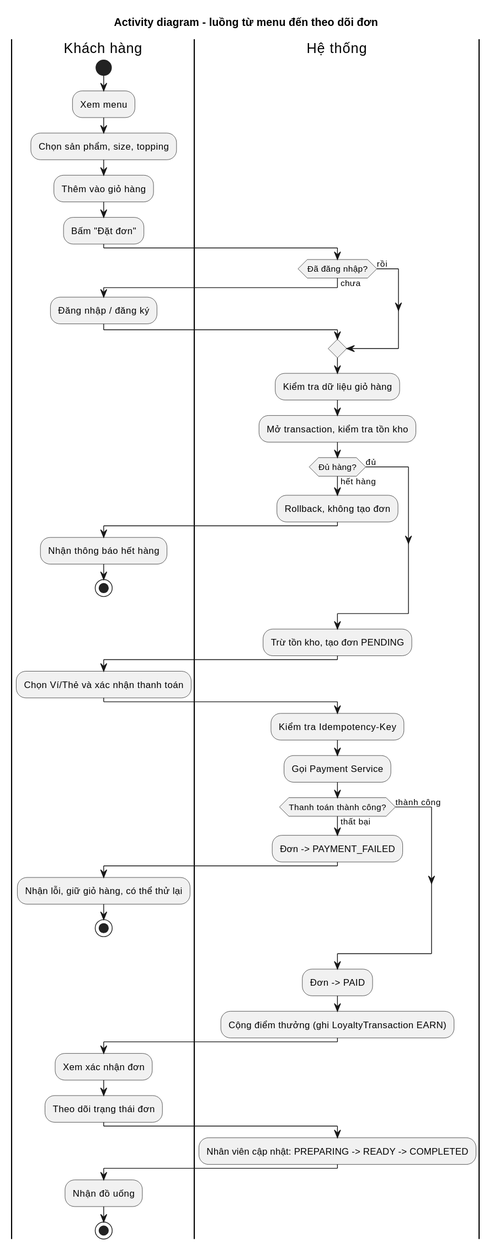
Above: docs/diagrams/activity-order-flow.svg in tthan-prog/BrewLite (PlantUML), before the change. The source it was exported from:
```plantuml
@startuml
title Activity diagram - luồng từ menu đến theo dõi đơn
skinparam shadowing false

|Khách hàng|
start
:Xem menu;
:Chọn sản phẩm, size, topping;
:Thêm vào giỏ hàng;
:Bấm "Đặt đơn";

|Hệ thống|
if (Đã đăng nhập?) then (chưa)
  |Khách hàng|
  :Đăng nhập / đăng ký;
  |Hệ thống|
else (rồi)
endif
:Kiểm tra dữ liệu giỏ hàng;
:Mở transaction, kiểm tra tồn kho;
if (Đủ hàng?) then (hết hàng)
  :Rollback, không tạo đơn;
  |Khách hàng|
  :Nhận thông báo hết hàng;
  stop
else (đủ)
endif
|Hệ thống|
:Trừ tồn kho, tạo đơn PENDING;

|Khách hàng|
:Chọn Ví/Thẻ và xác nhận thanh toán;

|Hệ thống|
:Kiểm tra Idempotency-Key;
:Gọi Payment Service;
if (Thanh toán thành công?) then (thất bại)
  :Đơn -> PAYMENT_FAILED;
  |Khách hàng|
  :Nhận lỗi, giữ giỏ hàng, có thể thử lại;
  stop
else (thành công)
endif
|Hệ thống|
:Đơn -> PAID;
:Cộng điểm thưởng (ghi LoyaltyTransaction EARN);

|Khách hàng|
:Xem xác nhận đơn;
:Theo dõi trạng thái đơn;

|Hệ thống|
:Nhân viên cập nhật: PREPARING -> READY -> COMPLETED;

|Khách hàng|
:Nhận đồ uống;
stop
@enduml
```
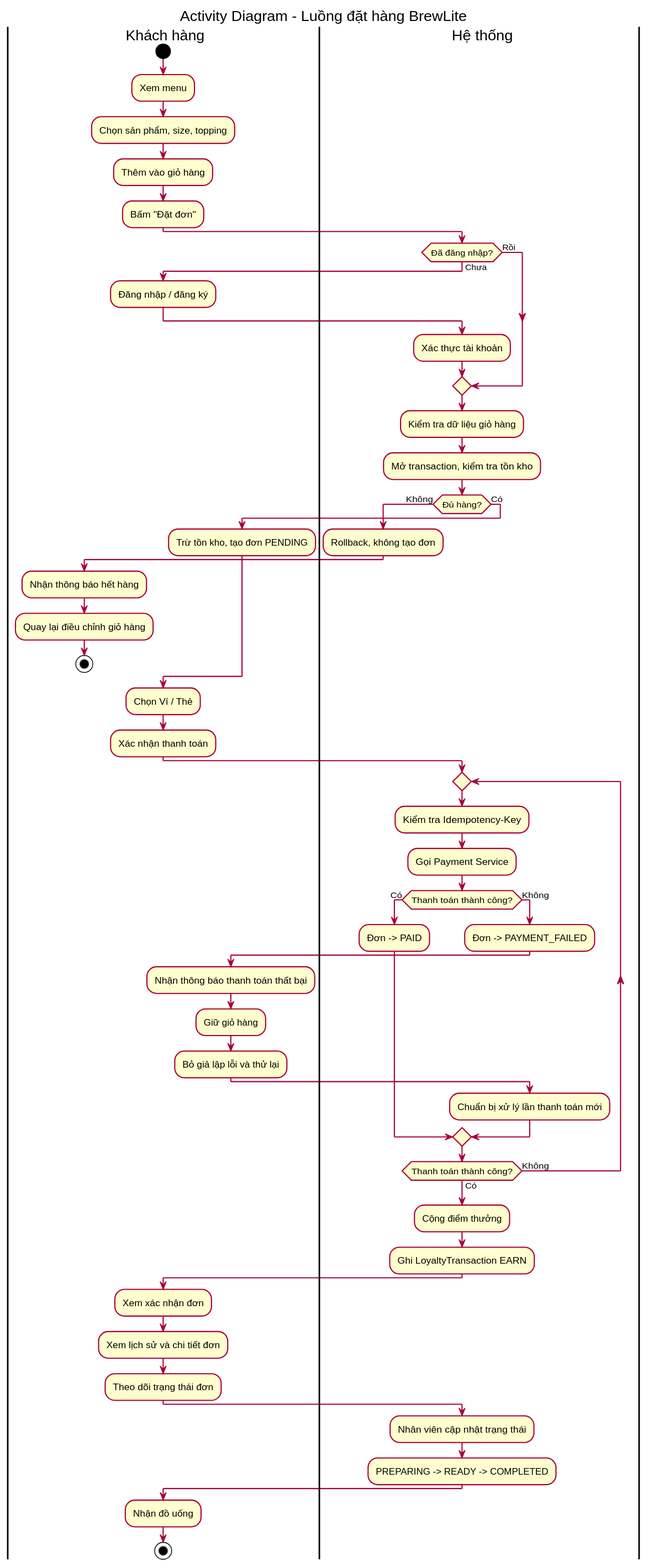
Later version of the same file.

Commit message:
docs: kết xuất lại sơ đồ theo file nguồn mới, sửa trạng thái ADR 006 và 007

What changed in the source:
```diff
@@ -1,5 +1,5 @@
-@startuml
-title Activity diagram - luồng từ menu đến theo dõi đơn
+@startuml activity-order-flow
+title Activity Diagram - Luồng đặt hàng BrewLite
 skinparam shadowing false
 
 |Khách hàng|
@@ -10,47 +10,62 @@
 :Bấm "Đặt đơn";
 
 |Hệ thống|
-if (Đã đăng nhập?) then (chưa)
+if (Đã đăng nhập?) then (Chưa)
   |Khách hàng|
   :Đăng nhập / đăng ký;
   |Hệ thống|
-else (rồi)
+  :Xác thực tài khoản;
+else (Rồi)
 endif
+
 :Kiểm tra dữ liệu giỏ hàng;
 :Mở transaction, kiểm tra tồn kho;
-if (Đủ hàng?) then (hết hàng)
+
+if (Đủ hàng?) then (Không)
   :Rollback, không tạo đơn;
   |Khách hàng|
   :Nhận thông báo hết hàng;
+  :Quay lại điều chỉnh giỏ hàng;
   stop
-else (đủ)
+else (Có)
+  :Trừ tồn kho, tạo đơn PENDING;
 endif
-|Hệ thống|
-:Trừ tồn kho, tạo đơn PENDING;
 
 |Khách hàng|
-:Chọn Ví/Thẻ và xác nhận thanh toán;
+:Chọn Ví / Thẻ;
+:Xác nhận thanh toán;
 
 |Hệ thống|
-:Kiểm tra Idempotency-Key;
-:Gọi Payment Service;
-if (Thanh toán thành công?) then (thất bại)
-  :Đơn -> PAYMENT_FAILED;
-  |Khách hàng|
-  :Nhận lỗi, giữ giỏ hàng, có thể thử lại;
-  stop
-else (thành công)
-endif
+repeat
+  :Kiểm tra Idempotency-Key;
+  :Gọi Payment Service;
+
+  if (Thanh toán thành công?) then (Có)
+    :Đơn -> PAID;
+  else (Không)
+    :Đơn -> PAYMENT_FAILED;
+    |Khách hàng|
+    :Nhận thông báo thanh toán thất bại;
+    :Giữ giỏ hàng;
+    :Bỏ giả lập lỗi và thử lại;
+    |Hệ thống|
+    :Chuẩn bị xử lý lần thanh toán mới;
+  endif
+
+repeat while (Thanh toán thành công?) is (Không) not (Có)
+
 |Hệ thống|
-:Đơn -> PAID;
-:Cộng điểm thưởng (ghi LoyaltyTransaction EARN);
+:Cộng điểm thưởng;
+:Ghi LoyaltyTransaction EARN;
 
 |Khách hàng|
 :Xem xác nhận đơn;
+:Xem lịch sử và chi tiết đơn;
 :Theo dõi trạng thái đơn;
 
 |Hệ thống|
-:Nhân viên cập nhật: PREPARING -> READY -> COMPLETED;
+:Nhân viên cập nhật trạng thái;
+:PREPARING -> READY -> COMPLETED;
 
 |Khách hàng|
 :Nhận đồ uống;
```
